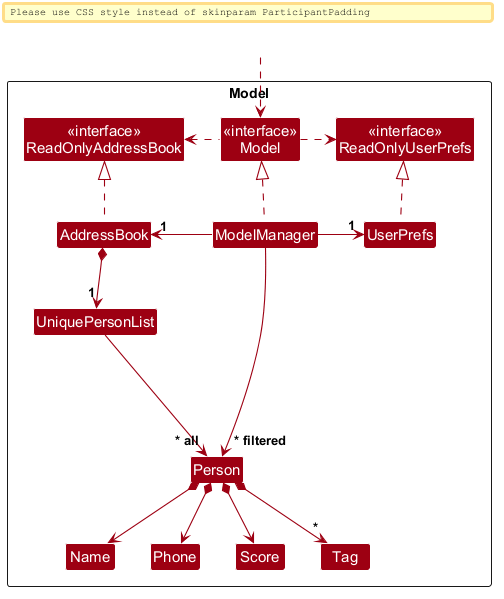
Before: docs/images/ModelClassDiagram.png, a diagram exported from PlantUML (AY2627S1-CS2103T-F12-3/tp). Its diagram source:
```plantuml
@startuml
!include style.puml
skinparam arrowThickness 1.1
skinparam arrowColor MODEL_COLOR
skinparam classBackgroundColor MODEL_COLOR

Package Model as ModelPackage <<Rectangle>>{
Class "<<interface>>\nReadOnlyAddressBook" as ReadOnlyAddressBook
Class "<<interface>>\nReadOnlyUserPrefs" as ReadOnlyUserPrefs
Class "<<interface>>\nModel" as Model
Class AddressBook
Class ModelManager
Class UserPrefs

Class UniquePersonList
Class Person
Class Name
Class Phone
Class Score
Class Tag

Class I #FFFFFF
}

Class HiddenOutside #FFFFFF
HiddenOutside ..> Model

AddressBook .up.|> ReadOnlyAddressBook

ModelManager .up.|> Model
Model .right.> ReadOnlyUserPrefs
Model .left.> ReadOnlyAddressBook
ModelManager -left-> "1" AddressBook
ModelManager -right-> "1" UserPrefs
UserPrefs .up.|> ReadOnlyUserPrefs

AddressBook *--> "1" UniquePersonList
UniquePersonList --> "~* all" Person
Person *--> Name
Person *--> Phone
Person *--> Score
Person *--> "*" Tag

Person -[hidden]up--> I
UniquePersonList -[hidden]right-> I

Name -[hidden]right-> Phone

ModelManager --> "~* filtered" Person
@enduml
```
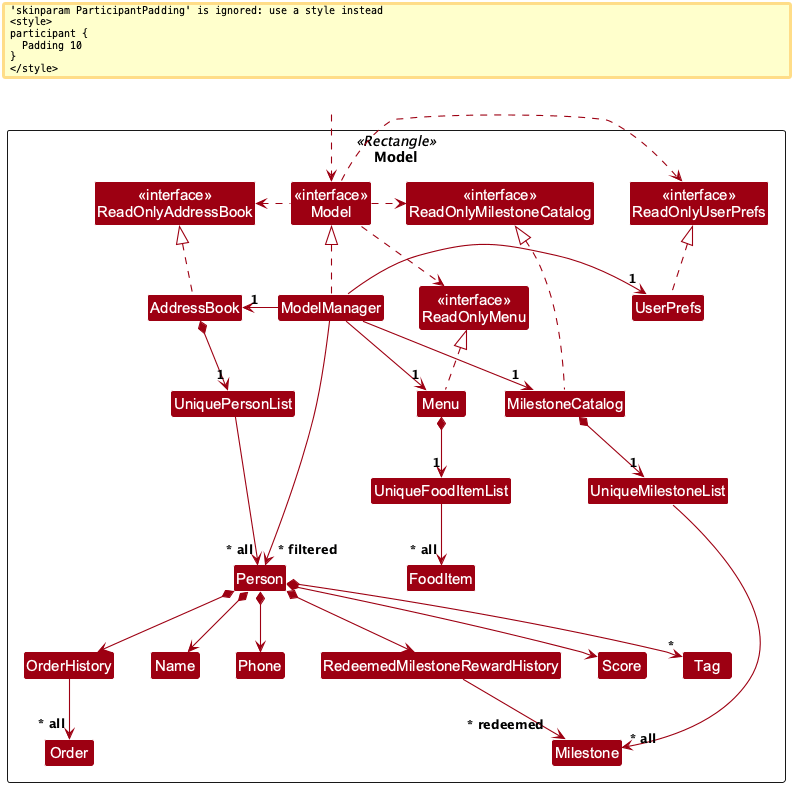
After the commit.

Commit message:
Regenerate model class diagram image

The edit, as a diff of the source:
```diff
@@ -7,10 +7,18 @@
 Package Model as ModelPackage <<Rectangle>>{
 Class "<<interface>>\nReadOnlyAddressBook" as ReadOnlyAddressBook
 Class "<<interface>>\nReadOnlyUserPrefs" as ReadOnlyUserPrefs
+Class "<<interface>>\nReadOnlyMenu" as ReadOnlyMenu
+Class "<<interface>>\nReadOnlyMilestoneCatalog" as ReadOnlyMilestoneCatalog
 Class "<<interface>>\nModel" as Model
 Class AddressBook
 Class ModelManager
 Class UserPrefs
+Class Menu
+Class FoodItem
+Class UniqueFoodItemList
+Class MilestoneCatalog
+Class Milestone
+Class UniqueMilestoneList
 
 Class UniquePersonList
 Class Person
@@ -18,6 +26,9 @@
 Class Phone
 Class Score
 Class Tag
+Class OrderHistory
+Class Order
+Class RedeemedMilestoneRewardHistory
 
 Class I #FFFFFF
 }
@@ -30,9 +41,15 @@
 ModelManager .up.|> Model
 Model .right.> ReadOnlyUserPrefs
 Model .left.> ReadOnlyAddressBook
+Model .right.> ReadOnlyMenu
+Model .right.> ReadOnlyMilestoneCatalog
 ModelManager -left-> "1" AddressBook
 ModelManager -right-> "1" UserPrefs
+ModelManager -down-> "1" Menu
+ModelManager -down-> "1" MilestoneCatalog
 UserPrefs .up.|> ReadOnlyUserPrefs
+Menu .up.|> ReadOnlyMenu
+MilestoneCatalog .up.|> ReadOnlyMilestoneCatalog
 
 AddressBook *--> "1" UniquePersonList
 UniquePersonList --> "~* all" Person
@@ -40,6 +57,16 @@
 Person *--> Phone
 Person *--> Score
 Person *--> "*" Tag
+Person *--> OrderHistory
+OrderHistory --> "~* all" Order
+Person *--> RedeemedMilestoneRewardHistory
+RedeemedMilestoneRewardHistory --> "~* redeemed" Milestone
+
+Menu *--> "1" UniqueFoodItemList
+UniqueFoodItemList --> "~* all" FoodItem
+
+MilestoneCatalog *--> "1" UniqueMilestoneList
+UniqueMilestoneList --> "~* all" Milestone
 
 Person -[hidden]up--> I
 UniquePersonList -[hidden]right-> I
```
